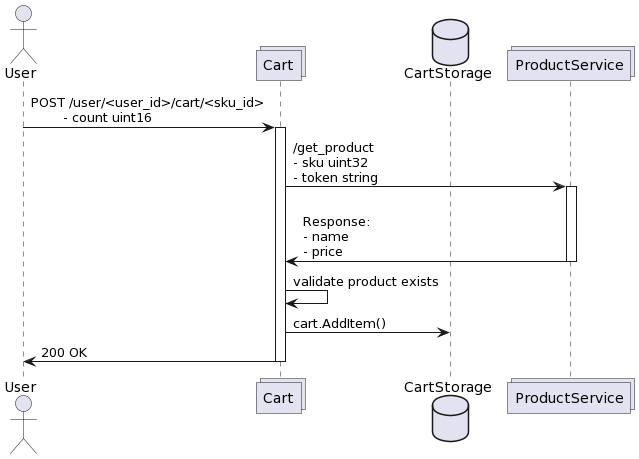
Above: docs/img/cart-cart-item-add.png in z1rden/cart (PlantUML), before the change. The source it was exported from:
```plantuml
@startuml
actor User as u
collections Cart as c
database CartStorage as cs
collections ProductService as p

u -> c : POST /user/<user_id>/cart/<sku_id>\n\t- count uint16
activate c

c -> p : /get_product\n- sku uint32\n- token string
activate p
  p -> c : \nResponse:\n- name\n- price
deactivate p
c -> c : validate product exists
c -> cs : cart.AddItem()
c -> u : 200 OK

deactivate c
@enduml
```
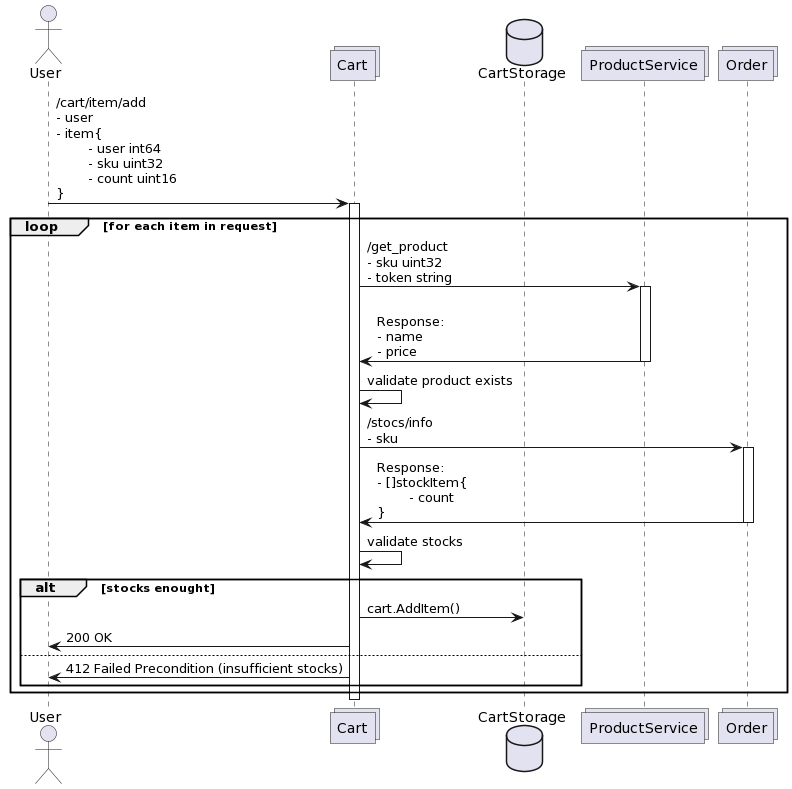
The same file after the commit.

Diff of the diagram source:
```diff
@@ -3,17 +3,28 @@
 collections Cart as c
 database CartStorage as cs
 collections ProductService as p
+collections Order as o
 
-u -> c : POST /user/<user_id>/cart/<sku_id>\n\t- count uint16
+u -> c : /cart/item/add\n- user\n- item{\n\t- user int64\n\t- sku uint32\n\t- count uint16\n}
 activate c
+loop for each item in request
+  c -> p : /get_product\n- sku uint32\n- token string
+  activate p
+  p -> c : \nResponse:\n- name\n- price
+  deactivate p
+  c -> c : validate product exists
 
-c -> p : /get_product\n- sku uint32\n- token string
-activate p
-  p -> c : \nResponse:\n- name\n- price
-deactivate p
-c -> c : validate product exists
-c -> cs : cart.AddItem()
-c -> u : 200 OK
-
+  c -> o : /stocs/info\n- sku
+  activate o
+  o -> c : Response:\n- []stockItem{\n\t- count\n}
+  deactivate o
+  c -> c : validate stocks
+  alt stocks enought
+    c -> cs : cart.AddItem()
+    c -> u : 200 OK
+  else
+    c -> u : 412 Failed Precondition (insufficient stocks)
+  end
+end
 deactivate c
 @enduml
```
